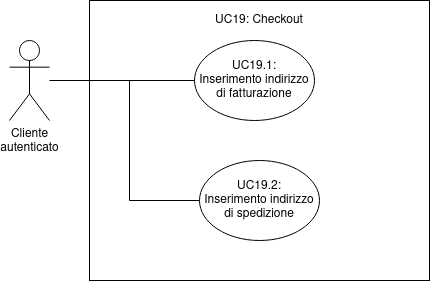
The draw.io diagram Images/AnalisiRequisiti/UC21.png in techsweave/TechSWEaveDocumentation, before a commit. Source tidied: cells renumbered, new cells last; positions are measured from the earlier drawing's top-left corner, leaving out a move shared by most shapes. The source it was exported from:
```xml
<mxGraphModel>
  <root>
    <mxCell id="0" />
    <mxCell id="1" parent="0" />
    <mxCell id="2" style="rounded=0;whiteSpace=wrap;html=1;fillColor=none;" parent="1" vertex="1">
      <mxGeometry x="80" width="340" height="280" as="geometry" />
    </mxCell>
    <mxCell id="3" value="Cliente&lt;br&gt;autenticato" style="shape=umlActor;verticalLabelPosition=bottom;verticalAlign=top;html=1;" parent="1" vertex="1">
      <mxGeometry y="40" width="40" height="80" as="geometry" />
    </mxCell>
    <mxCell id="4" value="UC19.1:&lt;br&gt;Inserimento&amp;nbsp;indirizzo di fatturazione" style="ellipse;whiteSpace=wrap;html=1;fillColor=none;" parent="1" vertex="1">
      <mxGeometry x="185" y="40" width="120" height="80" as="geometry" />
    </mxCell>
    <mxCell id="5" value="UC19.2:&lt;br&gt;Inserimento indirizzo di spedizione" style="ellipse;whiteSpace=wrap;html=1;fillColor=none;" parent="1" vertex="1">
      <mxGeometry x="190" y="160" width="120" height="80" as="geometry" />
    </mxCell>
    <mxCell id="6" style="endArrow=none;html=1;entryX=0;entryY=0.5;entryDx=0;entryDy=0;" parent="1" edge="1" target="4">
      <mxGeometry relative="1" as="geometry">
        <mxPoint x="40" y="80" as="sourcePoint" />
      </mxGeometry>
    </mxCell>
    <mxCell id="7" style="endArrow=none;html=1;" parent="1" edge="1">
      <mxGeometry relative="1" as="geometry">
        <mxPoint x="120" y="79.7" as="sourcePoint" />
        <mxPoint x="120" y="200" as="targetPoint" />
      </mxGeometry>
    </mxCell>
    <mxCell id="8" style="endArrow=none;html=1;entryX=0;entryY=0.5;entryDx=0;entryDy=0;" parent="1" edge="1" target="5">
      <mxGeometry relative="1" as="geometry">
        <mxPoint x="120" y="200" as="sourcePoint" />
      </mxGeometry>
    </mxCell>
    <mxCell id="9" value="UC19: Checkout" style="text;html=1;strokeColor=none;fillColor=none;align=center;verticalAlign=middle;whiteSpace=wrap;rounded=0;" parent="1" vertex="1">
      <mxGeometry x="195" y="10" width="110" height="20" as="geometry" />
    </mxCell>
  </root>
</mxGraphModel>
```
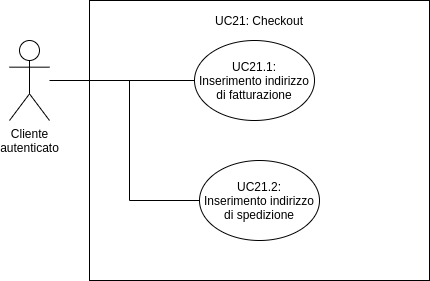
The same file after the commit.

Change to the diagram source:
```diff
@@ -8,10 +8,10 @@
     <mxCell id="3" value="Cliente&lt;br&gt;autenticato" style="shape=umlActor;verticalLabelPosition=bottom;verticalAlign=top;html=1;" parent="1" vertex="1">
       <mxGeometry y="40" width="40" height="80" as="geometry" />
     </mxCell>
-    <mxCell id="4" value="UC19.1:&lt;br&gt;Inserimento&amp;nbsp;indirizzo di fatturazione" style="ellipse;whiteSpace=wrap;html=1;fillColor=none;" parent="1" vertex="1">
+    <mxCell id="4" value="UC21.1:&lt;br&gt;Inserimento&amp;nbsp;indirizzo di fatturazione" style="ellipse;whiteSpace=wrap;html=1;fillColor=none;" parent="1" vertex="1">
       <mxGeometry x="185" y="40" width="120" height="80" as="geometry" />
     </mxCell>
-    <mxCell id="5" value="UC19.2:&lt;br&gt;Inserimento indirizzo di spedizione" style="ellipse;whiteSpace=wrap;html=1;fillColor=none;" parent="1" vertex="1">
+    <mxCell id="5" value="UC21.2:&lt;br&gt;Inserimento indirizzo di spedizione" style="ellipse;whiteSpace=wrap;html=1;fillColor=none;" parent="1" vertex="1">
       <mxGeometry x="190" y="160" width="120" height="80" as="geometry" />
     </mxCell>
     <mxCell id="6" style="endArrow=none;html=1;entryX=0;entryY=0.5;entryDx=0;entryDy=0;" parent="1" edge="1" target="4">
@@ -30,7 +30,7 @@
         <mxPoint x="120" y="200" as="sourcePoint" />
       </mxGeometry>
     </mxCell>
-    <mxCell id="9" value="UC19: Checkout" style="text;html=1;strokeColor=none;fillColor=none;align=center;verticalAlign=middle;whiteSpace=wrap;rounded=0;" parent="1" vertex="1">
+    <mxCell id="9" value="UC21: Checkout" style="text;html=1;strokeColor=none;fillColor=none;align=center;verticalAlign=middle;whiteSpace=wrap;rounded=0;" parent="1" vertex="1">
       <mxGeometry x="195" y="10" width="110" height="20" as="geometry" />
     </mxCell>
   </root>
```
